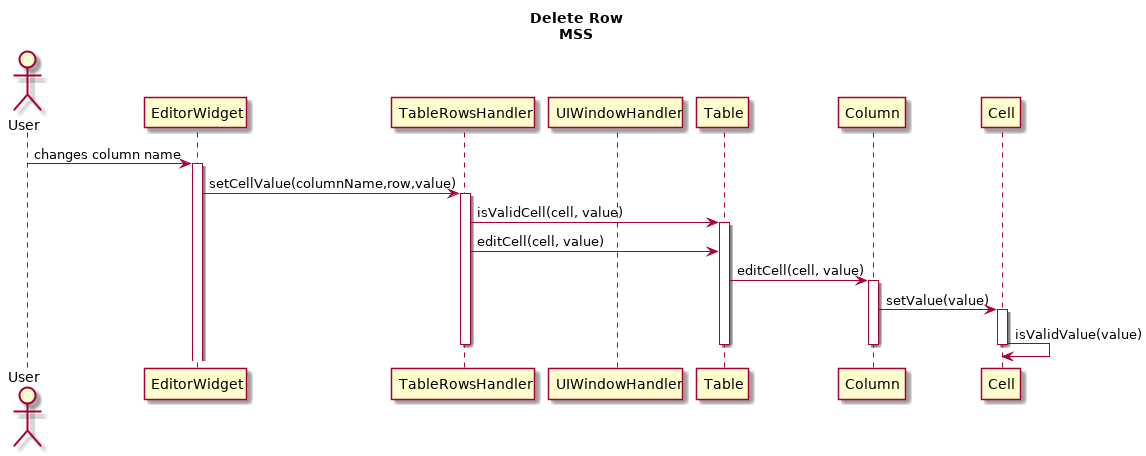
The PlantUML diagram diagrams/interactionDiagrams/editRowValue.png in Bhamoss/softwareOntwerpProject, before a commit. Its diagram source:
```plantuml
@startuml
title Delete Row\nMSS
Actor User

User -> EditorWidget: changes column name
activate EditorWidget
EditorWidget -> TableRowsHandler: setCellValue(columnName,row,value)
deactivate UIWindowHandler

activate TableRowsHandler
TableRowsHandler -> Table: isValidCell(cell, value)
activate Table
TableRowsHandler -> Table: editCell(cell, value)

Table -> Column: editCell(cell, value)
activate Column
Column -> Cell: setValue(value)
activate Cell
Cell -> Cell: isValidValue(value)
deactivate Cell
deactivate Column

deactivate Table

deactivate TableRowsHandler
@enduml
```
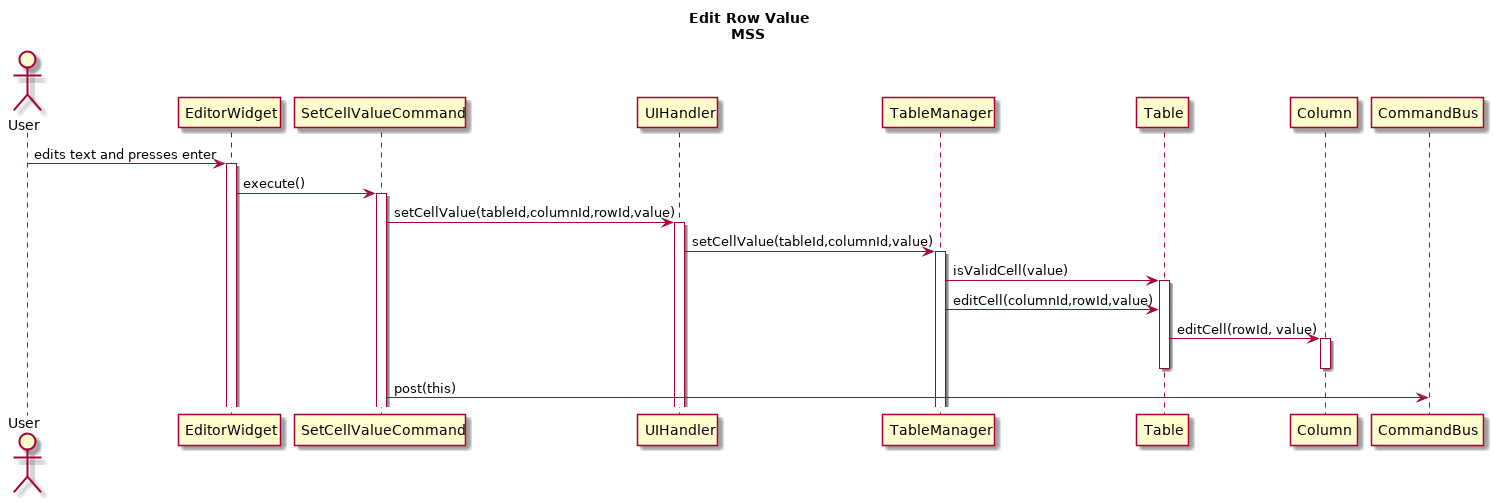
Later version of the same file.

Diff of the diagram source:
```diff
@@ -1,26 +1,24 @@
 @startuml
-title Delete Row\nMSS
+title Edit Row Value\nMSS
 Actor User
 
-User -> EditorWidget: changes column name
+User -> EditorWidget: edits text and presses enter
 activate EditorWidget
-EditorWidget -> TableRowsHandler: setCellValue(columnName,row,value)
-deactivate UIWindowHandler
+EditorWidget -> SetCellValueCommand: execute()
+activate SetCellValueCommand
+SetCellValueCommand -> UIHandler: setCellValue(tableId,columnId,rowId,value)
+activate UIHandler
+UIHandler -> TableManager: setCellValue(tableId,columnId,value)
+activate TableManager
+TableManager -> Table: isValidCell(value)
+activate Table
+TableManager -> Table: editCell(columnId,rowId,value)
 
-activate TableRowsHandler
-TableRowsHandler -> Table: isValidCell(cell, value)
-activate Table
-TableRowsHandler -> Table: editCell(cell, value)
-
-Table -> Column: editCell(cell, value)
+Table -> Column: editCell(rowId, value)
 activate Column
-Column -> Cell: setValue(value)
-activate Cell
-Cell -> Cell: isValidValue(value)
-deactivate Cell
 deactivate Column
-
 deactivate Table
 
-deactivate TableRowsHandler
+SetCellValueCommand -> CommandBus: post(this)
+
 @enduml
```
